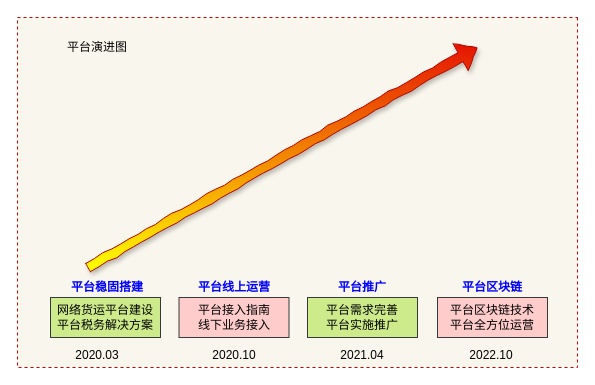
Above: 功能架构图表单.drawio in chenyibang/rdpwrap (draw.io), before the change. Source tidied: cells renumbered, new cells numbered last; positions are measured from the earlier drawing's top-left corner, leaving out a move shared by most shapes. Both pictures are drawn from the tidied source at 100%, with x=0, y=0 at pixel (17, 17).
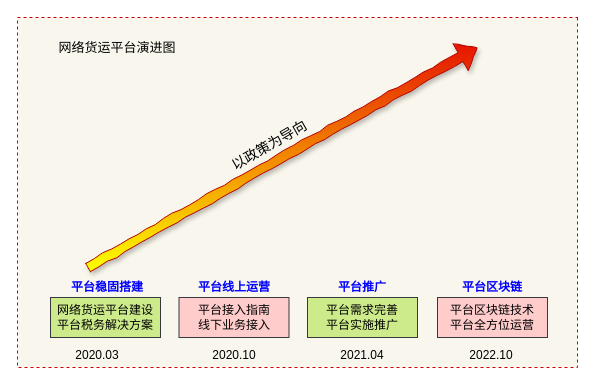
After the change.

Commit message:
更新功能架构图表单.drawio

The edit, as a diff of the source:
```diff
@@
 <mxGraphModel>
   <root>
     <mxCell id="0" />
     <mxCell id="1" parent="0" />
     <mxCell id="2" style="rounded=0;whiteSpace=wrap;html=1;direction=south;dashed=1;fillColor=#f9f7ed;strokeColor=#CC0000;" parent="1" vertex="1">
       <mxGeometry width="560" height="350" as="geometry" />
     </mxCell>
     <mxCell id="3" value="平台稳固搭建" style="text;html=1;strokeColor=none;fillColor=none;align=center;verticalAlign=middle;whiteSpace=wrap;rounded=0;dashed=1;fontStyle=1;fontColor=#0000FF;" parent="1" vertex="1">
       <mxGeometry x="50" y="260" width="80" height="20" as="geometry" />
     </mxCell>
     <mxCell id="4" value="平台线上运营" style="text;html=1;strokeColor=none;fillColor=none;align=center;verticalAlign=middle;whiteSpace=wrap;rounded=0;dashed=1;fontColor=#0000FF;fontStyle=1;" parent="1" vertex="1">
       <mxGeometry x="176.5" y="260" width="80" height="20" as="geometry" />
     </mxCell>
     <mxCell id="5" style="shape=flexArrow;html=1;shadow=1;comic=1;fillColor=#e51400;strokeColor=#B20000;gradientColor=#FFFF00;" parent="1" edge="1">
       <mxGeometry relative="1" as="geometry">
         <mxPoint x="70" y="250" as="sourcePoint" />
         <mxPoint x="460" y="30" as="targetPoint" />
       </mxGeometry>
     </mxCell>
     <mxCell id="6" value="平台推广" style="text;html=1;strokeColor=none;fillColor=none;align=center;verticalAlign=middle;whiteSpace=wrap;rounded=0;dashed=1;fontColor=#0000FF;fontStyle=1;" parent="1" vertex="1">
       <mxGeometry x="305" y="260" width="80" height="20" as="geometry" />
     </mxCell>
     <mxCell id="7" value="网络货运平台建设&lt;br&gt;平台税务解决方案" style="rounded=0;whiteSpace=wrap;html=1;fillColor=#cdeb8b;strokeColor=#36393d;" parent="1" vertex="1">
       <mxGeometry x="33" y="280" width="110" height="40" as="geometry" />
     </mxCell>
     <mxCell id="8" value="平台接入指南&lt;br&gt;线下业务接入" style="rounded=0;whiteSpace=wrap;html=1;fillColor=#ffcccc;strokeColor=#36393d;" parent="1" vertex="1">
       <mxGeometry x="161.5" y="280" width="110" height="40" as="geometry" />
     </mxCell>
     <mxCell id="9" value="平台需求完善&lt;br&gt;平台实施推广" style="rounded=0;whiteSpace=wrap;html=1;fillColor=#cdeb8b;strokeColor=#36393d;" parent="1" vertex="1">
       <mxGeometry x="290" y="280" width="110" height="40" as="geometry" />
     </mxCell>
     <mxCell id="10" value="平台区块链技术&lt;br&gt;平台全方位运营" style="rounded=0;whiteSpace=wrap;html=1;fillColor=#ffcccc;strokeColor=#36393d;" parent="1" vertex="1">
       <mxGeometry x="420" y="280" width="110" height="40" as="geometry" />
     </mxCell>
     <mxCell id="11" value="平台区块链" style="text;html=1;strokeColor=none;fillColor=none;align=center;verticalAlign=middle;whiteSpace=wrap;rounded=0;dashed=1;fontColor=#0000FF;fontStyle=1;" parent="1" vertex="1">
       <mxGeometry x="435" y="260" width="80" height="20" as="geometry" />
     </mxCell>
     <mxCell id="12" value="2020.03" style="text;html=1;strokeColor=none;fillColor=none;align=center;verticalAlign=middle;whiteSpace=wrap;rounded=0;" parent="1" vertex="1">
       <mxGeometry x="60" y="328" width="40" height="20" as="geometry" />
     </mxCell>
     <mxCell id="13" value="2020.10" style="text;html=1;strokeColor=none;fillColor=none;align=center;verticalAlign=middle;whiteSpace=wrap;rounded=0;" parent="1" vertex="1">
       <mxGeometry x="196.5" y="328" width="40" height="20" as="geometry" />
     </mxCell>
     <mxCell id="14" value="2021.04" style="text;html=1;strokeColor=none;fillColor=none;align=center;verticalAlign=middle;whiteSpace=wrap;rounded=0;" parent="1" vertex="1">
       <mxGeometry x="325" y="328" width="40" height="20" as="geometry" />
     </mxCell>
     <mxCell id="15" value="2022.10" style="text;html=1;strokeColor=none;fillColor=none;align=center;verticalAlign=middle;whiteSpace=wrap;rounded=0;" parent="1" vertex="1">
       <mxGeometry x="453.5" y="328" width="40" height="20" as="geometry" />
     </mxCell>
-    <mxCell id="16" value="平台演进图" style="text;html=1;strokeColor=none;fillColor=none;align=center;verticalAlign=middle;whiteSpace=wrap;rounded=0;fontColor=#000000;" parent="1" vertex="1">
-      <mxGeometry x="40" y="20" width="80" height="20" as="geometry" />
+    <mxCell id="16" value="网络货运平台演进图" style="text;html=1;strokeColor=none;fillColor=none;align=center;verticalAlign=middle;whiteSpace=wrap;rounded=0;fontColor=#000000;fontSize=13;" parent="1" vertex="1">
+      <mxGeometry x="40" y="20" width="120" height="20" as="geometry" />
     </mxCell>
+    <mxCell id="17" value="以政策为导向" style="text;html=1;strokeColor=none;fillColor=none;align=center;verticalAlign=middle;whiteSpace=wrap;rounded=0;fontColor=#000000;rotation=-30;direction=east;fontSize=14;" parent="1" vertex="1">
+      <mxGeometry x="207" y="118" width="90" height="20" as="geometry" />
+    </mxCell>
   </root>
 </mxGraphModel>
```
